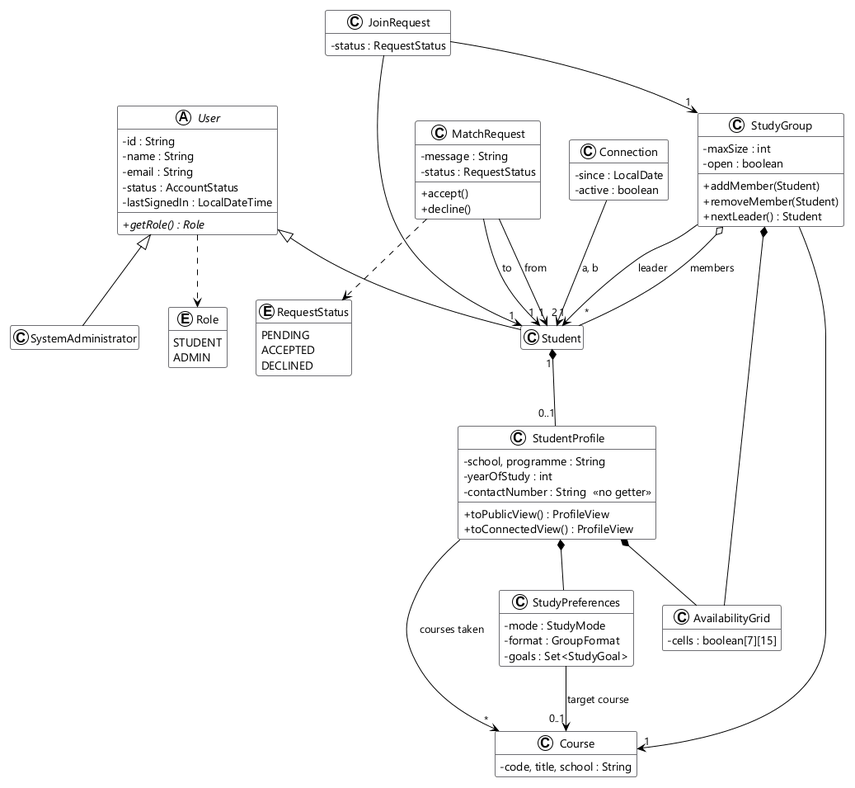
Earlier version of the PlantUML export docs/diagrams/domain-model.png (darrentiang/IS442-G1-T1). Source of this version:
```plantuml
@startuml domain-model
!theme plain
skinparam defaultFontName "Segoe UI"
skinparam classAttributeIconSize 0
skinparam class {
  BackgroundColor #FAFAFA
  BorderColor #6E6E73
}
hide empty members

abstract class User {
  - id : String
  - name : String
  - email : String
  - status : AccountStatus
  - lastSignedIn : LocalDateTime
  + {abstract} getRole() : Role
}
class Student
class SystemAdministrator

class StudentProfile {
  - school, programme : String
  - yearOfStudy : int
  - contactNumber : String  <<no getter>>
  + toPublicView() : ProfileView
  + toConnectedView() : ProfileView
}
class StudyPreferences {
  - mode : StudyMode
  - format : GroupFormat
  - goals : Set<StudyGoal>
}
class AvailabilityGrid {
  - cells : boolean[7][15]
}
class Course {
  - code, title, school : String
}

class MatchRequest {
  - message : String
  - status : RequestStatus
  + accept()
  + decline()
}
class Connection {
  - since : LocalDate
  - active : boolean
}
class StudyGroup {
  - maxSize : int
  - open : boolean
  + addMember(Student)
  + removeMember(Student)
  + nextLeader() : Student
}
class JoinRequest {
  - status : RequestStatus
}

enum Role {
  STUDENT
  ADMIN
}
enum RequestStatus {
  PENDING
  ACCEPTED
  DECLINED
}

User <|-- Student
User <|-- SystemAdministrator
User ..> Role
Student "1" *-- "0..1" StudentProfile
StudentProfile *-- StudyPreferences
StudentProfile *-- AvailabilityGrid
StudentProfile --> "*" Course : courses taken
StudyPreferences --> "0..1" Course : target course

MatchRequest --> "1" Student : from
MatchRequest --> "1" Student : to
MatchRequest ..> RequestStatus
Connection --> "2" Student : a, b

StudyGroup --> "1" Student : leader
StudyGroup o-- "*" Student : members
StudyGroup --> "1" Course
StudyGroup *-- AvailabilityGrid
JoinRequest --> "1" Student
JoinRequest --> "1" StudyGroup
@enduml
```
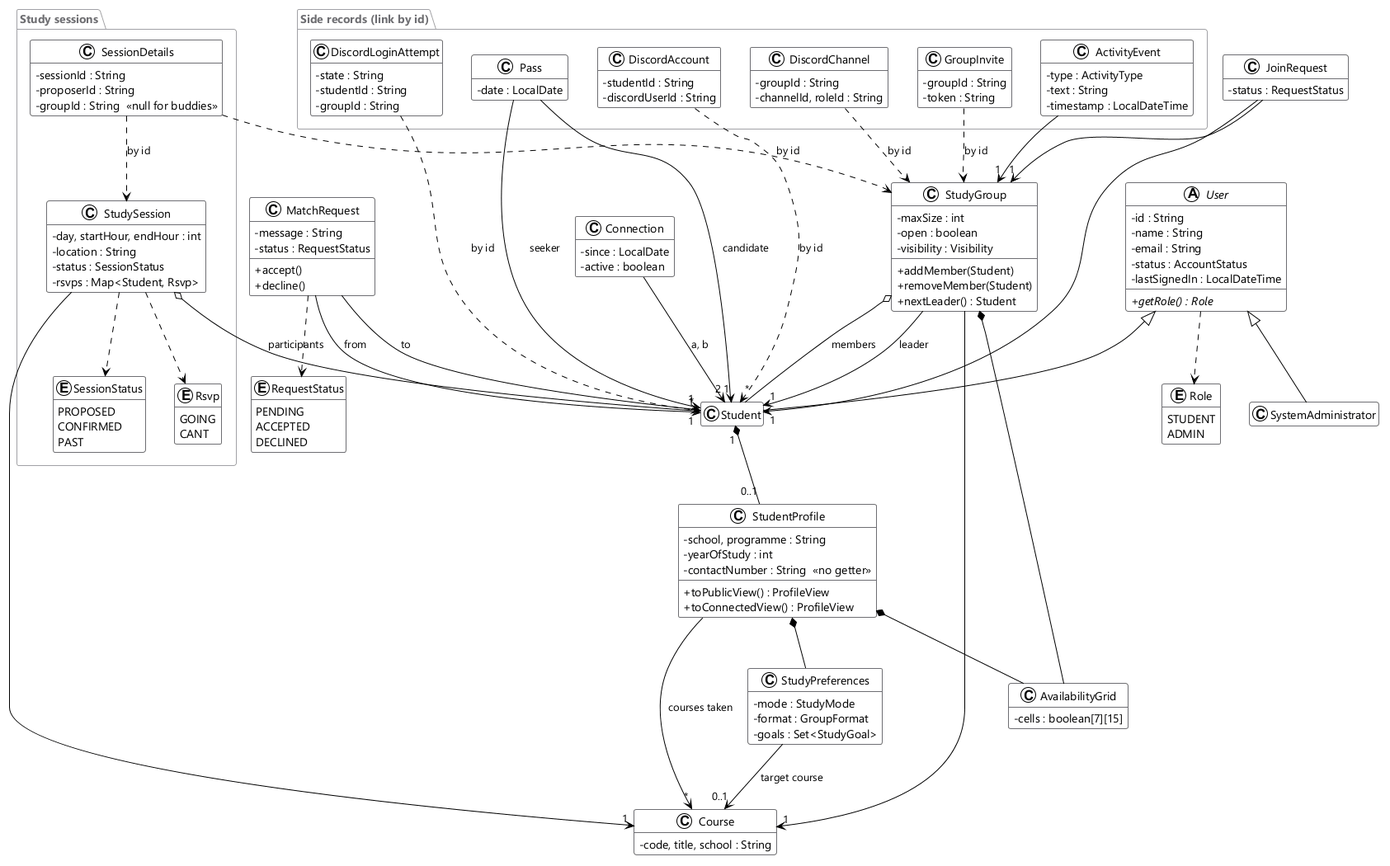
After the change.

The edit, as a diff of the source:
```diff
@@ -5,6 +5,10 @@
 skinparam class {
   BackgroundColor #FAFAFA
   BorderColor #6E6E73
+}
+skinparam package {
+  BorderColor #A1A1A6
+  FontColor #6E6E73
 }
 hide empty members
 
@@ -51,6 +55,7 @@
 class StudyGroup {
   - maxSize : int
   - open : boolean
+  - visibility : Visibility
   + addMember(Student)
   + removeMember(Student)
   + nextLeader() : Student
@@ -67,6 +72,57 @@
   PENDING
   ACCEPTED
   DECLINED
+}
+
+package "Study sessions" {
+  class StudySession {
+    - day, startHour, endHour : int
+    - location : String
+    - status : SessionStatus
+    - rsvps : Map<Student, Rsvp>
+  }
+  enum SessionStatus {
+    PROPOSED
+    CONFIRMED
+    PAST
+  }
+  enum Rsvp {
+    GOING
+    CANT
+  }
+  class SessionDetails {
+    - sessionId : String
+    - proposerId : String
+    - groupId : String  <<null for buddies>>
+  }
+}
+
+package "Side records (link by id)" {
+  class GroupInvite {
+    - groupId : String
+    - token : String
+  }
+  class ActivityEvent {
+    - type : ActivityType
+    - text : String
+    - timestamp : LocalDateTime
+  }
+  class Pass {
+    - date : LocalDate
+  }
+  class DiscordChannel {
+    - groupId : String
+    - channelId, roleId : String
+  }
+  class DiscordAccount {
+    - studentId : String
+    - discordUserId : String
+  }
+  class DiscordLoginAttempt {
+    - state : String
+    - studentId : String
+    - groupId : String
+  }
 }
 
 User <|-- Student
@@ -89,4 +145,19 @@
 StudyGroup *-- AvailabilityGrid
 JoinRequest --> "1" Student
 JoinRequest --> "1" StudyGroup
+
+StudySession --> "1" Course
+StudySession o-- "*" Student : participants
+StudySession ..> SessionStatus
+StudySession ..> Rsvp
+SessionDetails ..> StudySession : by id
+SessionDetails ..> StudyGroup : by id
+
+GroupInvite ..> StudyGroup : by id
+ActivityEvent --> "1" StudyGroup
+Pass --> "1" Student : seeker
+Pass --> "1" Student : candidate
+DiscordChannel ..> StudyGroup : by id
+DiscordAccount ..> Student : by id
+DiscordLoginAttempt ..> Student : by id
 @enduml
```
